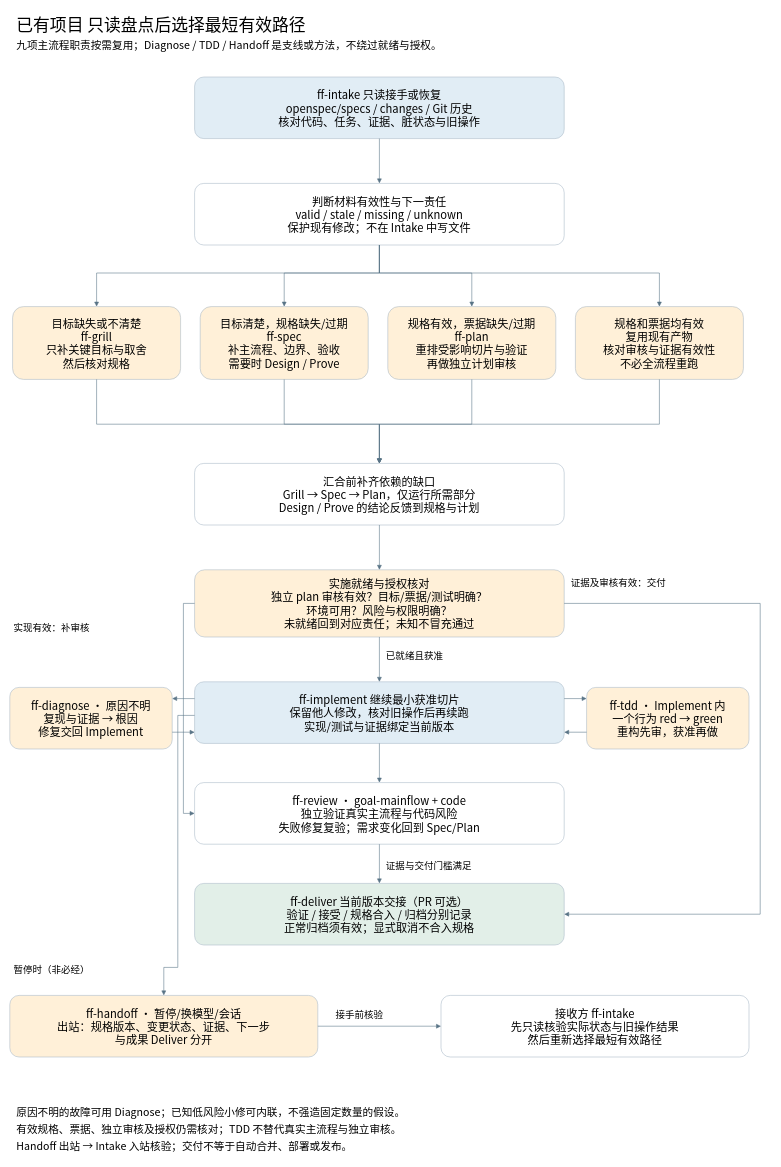
Before: docs/diagrams/existing-project-workflow.drawio in chyhelloworld/ForgeFlowSkill, a draw.io diagram. Source tidied: cells renumbered, new cells numbered last; positions are measured from the earlier drawing's top-left corner, leaving out a move shared by most shapes. Both pictures are drawn from the tidied source at 56%, with x=0, y=0 at pixel (10, 10).
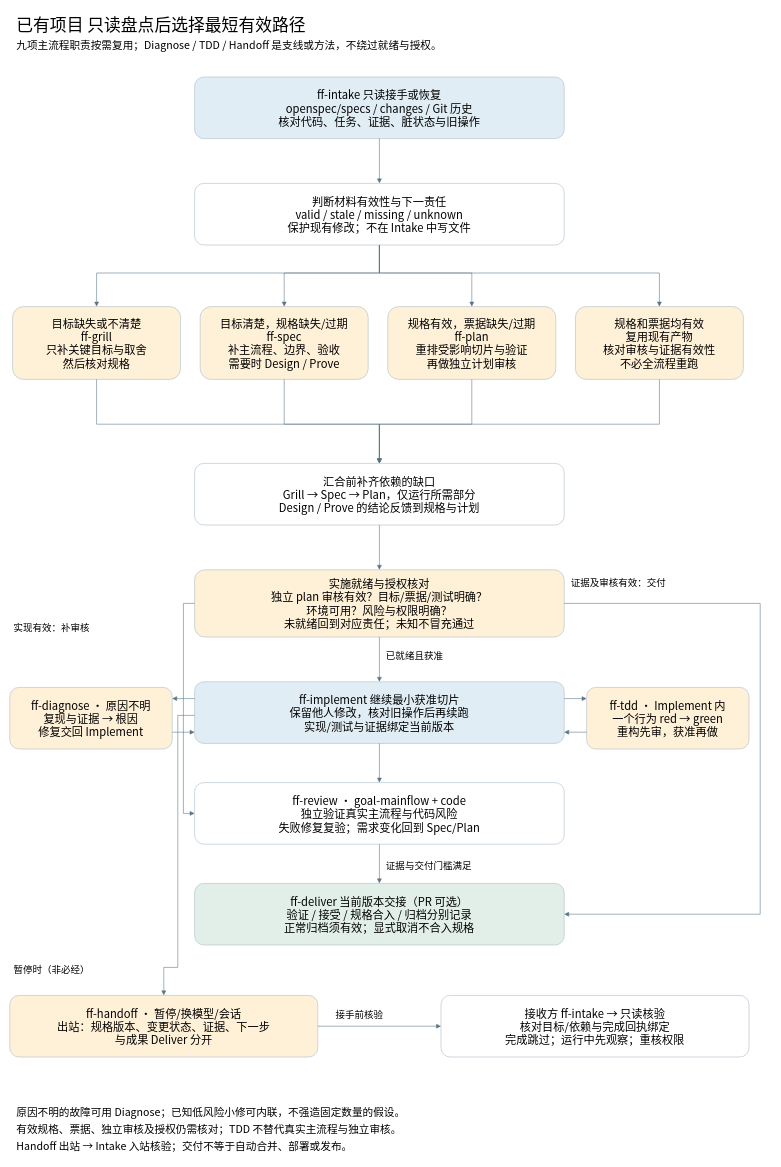
The same page after the edit.

What changed in the source:
```diff
@@
-    <mxCell id="21" value="接收方 ff-intake&#10;先只读核验实际状态与旧操作结果&#10;然后重新选择最短有效路径" style="rounded=1;whiteSpace=wrap;html=0;fillColor=#ffffff;strokeColor=#a9bac8;fontFamily=Noto Sans CJK SC;fontSize=20;" parent="1" vertex="1">
+    <mxCell id="21" value="接收方 ff-intake → 只读核验&#10;核对目标/依赖与完成回执绑定&#10;完成跳过；运行中先观察；重核权限" style="rounded=1;whiteSpace=wrap;html=0;fillColor=#ffffff;strokeColor=#a9bac8;fontFamily=Noto Sans CJK SC;fontSize=20;" parent="1" vertex="1">
       <mxGeometry x="770" y="1760" width="550" height="110" as="geometry" />
     </mxCell>
```
